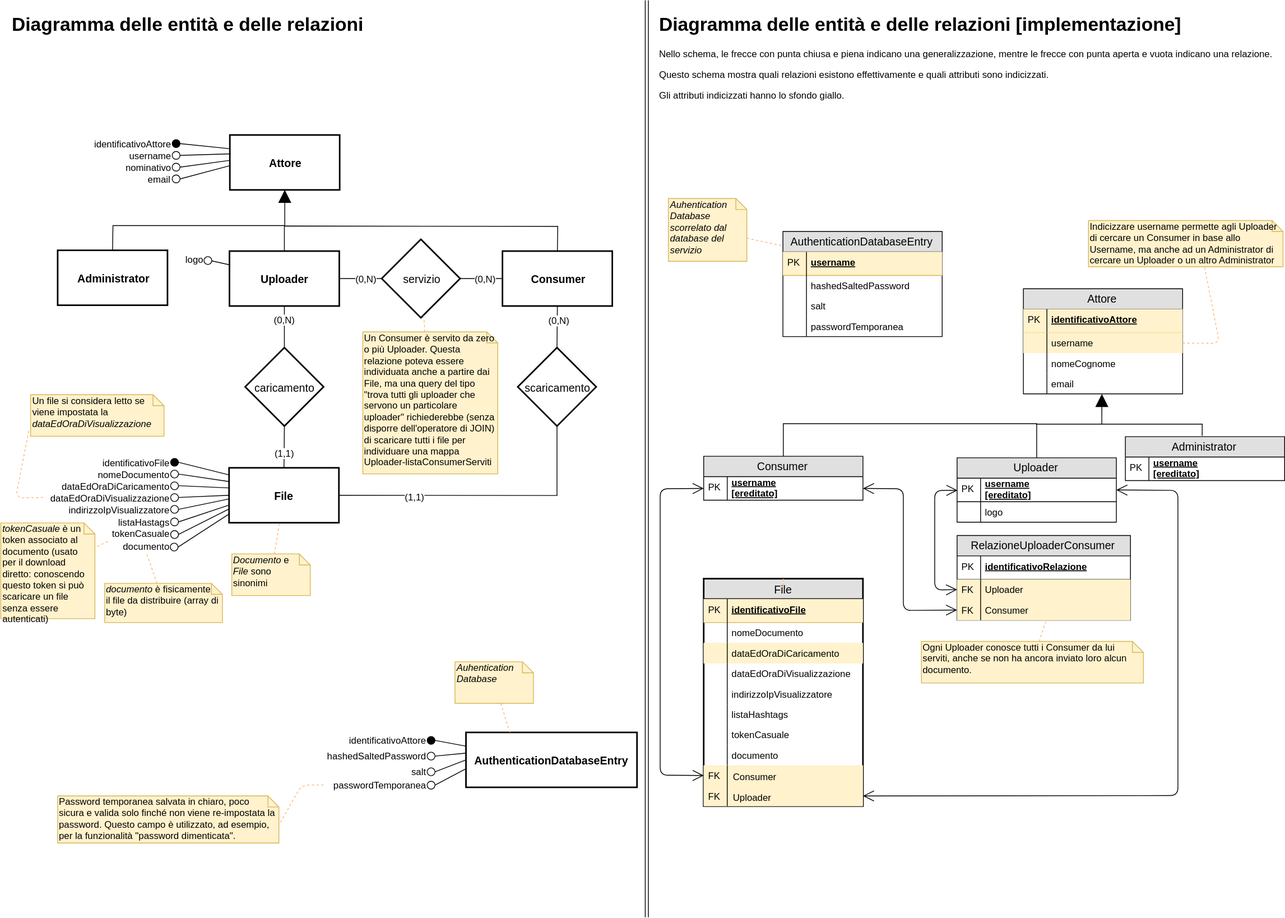
Before: algoritmi schemi e note progettuali/diagramma ER/diagramma_er.svg, a diagram exported from draw.io (matteoferfoglia/progetto-progrweb-2020). Source tidied: cells renumbered, new cells last; positions are measured from the earlier drawing's top-left corner, leaving out a move shared by most shapes.
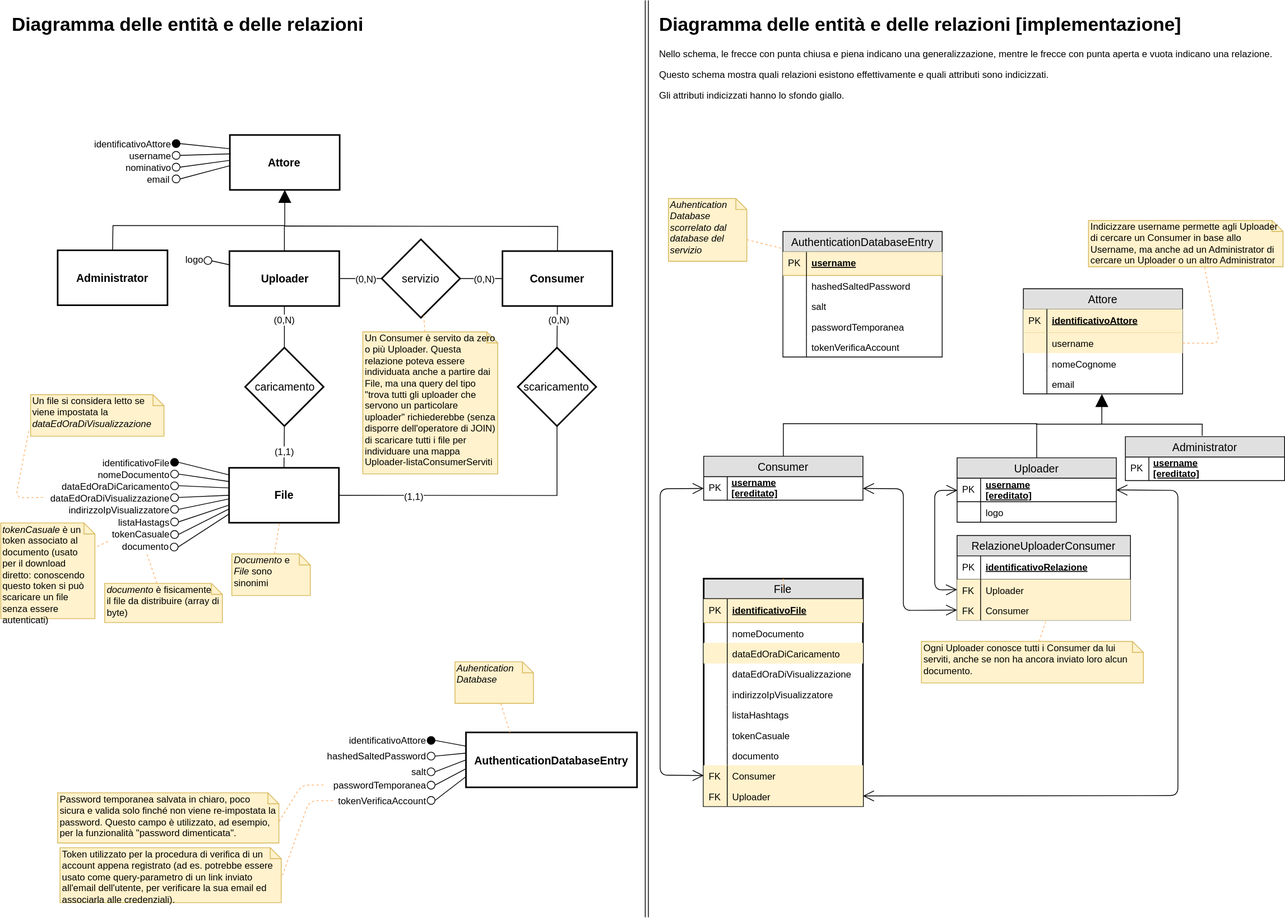
After the change.

Commit message:
Aggiornato diagramma ER con l'attributo tokenVerificaAccount aggiunto all'entità AuthenticationDatabaseEntry.

The edit, as a diff of the source:
```diff
@@ -605,7 +605,7 @@
       <mxGeometry width="30" height="26" as="geometry" />
     </mxCell>
     <mxCell id="189" value="AuthenticationDatabaseEntry" style="swimlane;fontStyle=0;horizontal=1;startSize=26;fillColor=#e0e0e0;swimlaneFillColor=#ffffff;align=center;fontSize=14;" parent="1" vertex="1">
-      <mxGeometry x="997.5" y="294.5" width="203" height="134" as="geometry" />
+      <mxGeometry x="997.5" y="294.5" width="203" height="160" as="geometry" />
     </mxCell>
     <mxCell id="190" value="username" style="shape=partialRectangle;top=0;left=0;right=0;bottom=1;align=left;verticalAlign=middle;fillColor=#FFF2CC;spacingLeft=34;spacingRight=4;overflow=hidden;fontStyle=5;fontSize=12;strokeColor=#D6B656;" parent="189" vertex="1">
       <mxGeometry y="26" width="203" height="30" as="geometry" />
@@ -631,6 +631,12 @@
     <mxCell id="197" style="shape=partialRectangle;top=0;left=0;bottom=0;fillColor=none;align=left;verticalAlign=top;spacingLeft=4;spacingRight=4;overflow=hidden;fontSize=12;" parent="196" vertex="1">
       <mxGeometry width="30" height="26" as="geometry" />
     </mxCell>
+    <mxCell id="229" value="tokenVerificaAccount" style="shape=partialRectangle;top=0;left=0;right=0;bottom=0;align=left;verticalAlign=top;fillColor=none;spacingLeft=34;spacingRight=4;overflow=hidden;fontSize=12;" parent="189" vertex="1">
+      <mxGeometry y="134" width="203" height="26" as="geometry" />
+    </mxCell>
+    <mxCell id="230" style="shape=partialRectangle;top=0;left=0;bottom=0;fillColor=none;align=left;verticalAlign=top;spacingLeft=4;spacingRight=4;overflow=hidden;fontSize=12;" parent="229" vertex="1">
+      <mxGeometry width="30" height="26" as="geometry" />
+    </mxCell>
     <mxCell id="198" value="&lt;i&gt;Auhentication&lt;br&gt;Database&lt;br&gt;scorrelato dal database del servizio&lt;br&gt;&lt;/i&gt;" style="shape=note;whiteSpace=wrap;html=1;size=14;verticalAlign=top;align=left;spacingTop=-6;fillColor=#fff2cc;strokeColor=#d6b656;" parent="1" vertex="1">
       <mxGeometry x="851.5" y="252.5" width="100" height="80" as="geometry" />
     </mxCell>
@@ -751,7 +757,7 @@
       <mxGeometry relative="1" as="geometry" />
     </mxCell>
     <mxCell id="227" value="Password temporanea salvata in chiaro, poco sicura e valida solo finché non viene re-impostata la password. Questo campo è utilizzato, ad esempio, per la funzionalità &quot;password dimenticata&quot;." style="shape=note;whiteSpace=wrap;html=1;size=14;verticalAlign=top;align=left;spacingTop=-6;fillColor=#fff2cc;strokeColor=#d6b656;" parent="1" vertex="1">
-      <mxGeometry x="73" y="1014" width="282" height="60" as="geometry" />
+      <mxGeometry x="73" y="1010" width="282" height="64" as="geometry" />
     </mxCell>
     <mxCell id="228" style="endArrow=none;dashed=1;html=1;strokeColor=#FFB570;fillColor=#ffcc99;exitX=0;exitY=0.5;exitDx=0;exitDy=0;entryX=0;entryY=0;entryDx=282;entryDy=37;entryPerimeter=0;" parent="1" edge="1" source="225" target="227">
       <mxGeometry relative="1" as="geometry">
@@ -760,5 +766,33 @@
         </Array>
       </mxGeometry>
     </mxCell>
+    <mxCell id="231" value="tokenVerificaAccount" style="text;html=1;strokeColor=none;fillColor=none;align=right;verticalAlign=middle;whiteSpace=wrap;rounded=0;labelBackgroundColor=none;" parent="1" vertex="1">
+      <mxGeometry x="424" y="1010" width="120" height="20" as="geometry" />
+    </mxCell>
+    <mxCell id="232" style="endArrow=none;html=1;strokeWidth=1;exitX=1;exitY=0.5;exitDx=0;exitDy=0;entryX=0.002;entryY=0.8;entryDx=0;entryDy=0;entryPerimeter=0;" parent="1" edge="1" source="236" target="58">
+      <mxGeometry relative="1" as="geometry" />
+    </mxCell>
+    <mxCell id="233" style="group;" parent="1" vertex="1">
+      <mxGeometry x="544" y="1014.7" width="10" height="10" as="geometry" />
+    </mxCell>
+    <mxCell id="234" style="group;" parent="233" vertex="1">
+      <mxGeometry width="10" height="10" as="geometry" />
+    </mxCell>
+    <mxCell id="235" style="group;" parent="234" vertex="1">
+      <mxGeometry width="10" height="10" as="geometry" />
+    </mxCell>
+    <mxCell id="236" style="ellipse;whiteSpace=wrap;html=1;" parent="235" vertex="1">
+      <mxGeometry width="10" height="10" as="geometry" />
+    </mxCell>
+    <mxCell id="237" value="Token utilizzato per la procedura di verifica di un account appena registrato (ad es. potrebbe essere usato come query-parametro di un link inviato all'email dell'utente, per verificare la sua email ed associarla alle credenziali)." style="shape=note;whiteSpace=wrap;html=1;size=14;verticalAlign=top;align=left;spacingTop=-6;fillColor=#fff2cc;strokeColor=#d6b656;" parent="1" vertex="1">
+      <mxGeometry x="76" y="1080" width="282" height="70" as="geometry" />
+    </mxCell>
+    <mxCell id="238" style="endArrow=none;dashed=1;html=1;strokeColor=#FFB570;fillColor=#ffcc99;exitX=0;exitY=0.5;exitDx=0;exitDy=0;entryX=0;entryY=0;entryDx=282;entryDy=39;entryPerimeter=0;" parent="1" edge="1" source="231" target="237">
+      <mxGeometry relative="1" as="geometry">
+        <Array as="points">
+          <mxPoint x="394" y="1020" />
+        </Array>
+      </mxGeometry>
+    </mxCell>
   </root>
 </mxGraphModel>
```
